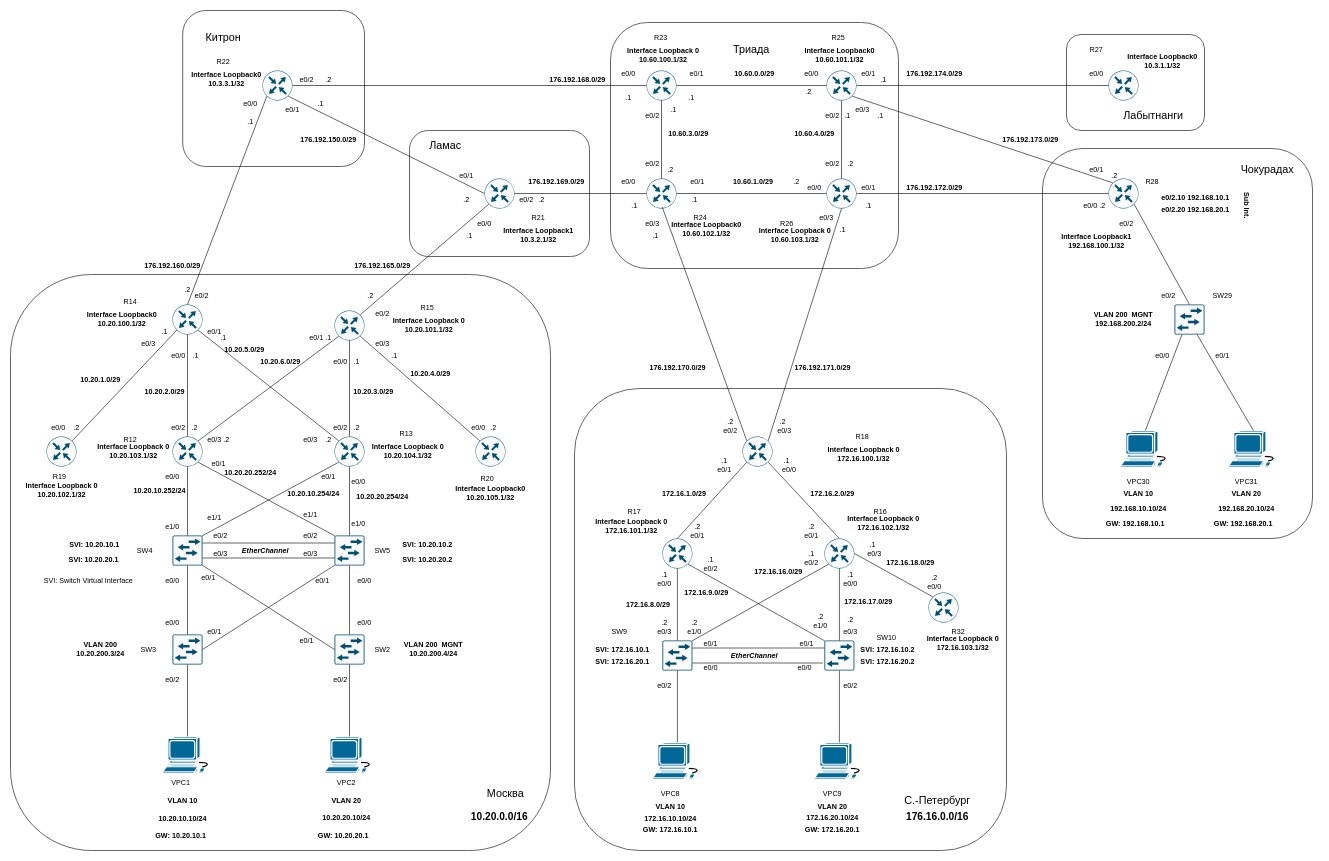
Above: page "Basic IP plan" (1 of 4) of Lab04.drawio in fueller-max/drawio (draw.io), before the change. Source tidied: cells renumbered, new cells numbered last; positions are measured from the earlier drawing's top-left corner, leaving out a move shared by most shapes. Both pictures are drawn from the tidied source at 60%, with x=0, y=0 at pixel (10, 10).
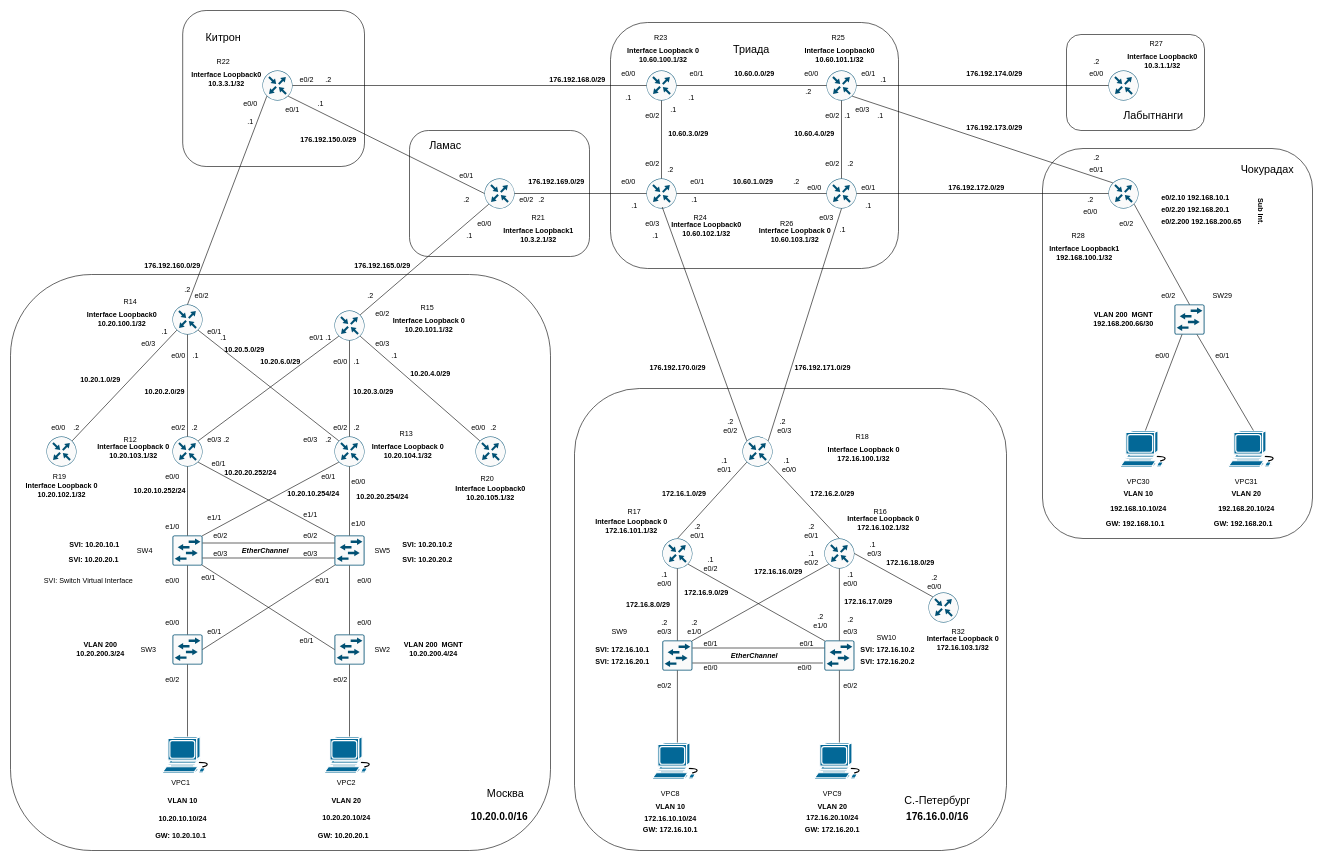
The same page after the edit.

Change to the diagram source:
```diff
@@
     <mxCell id="104" value="R27" style="text;html=1;align=center;verticalAlign=middle;whiteSpace=wrap;rounded=0;" parent="1" vertex="1">
-      <mxGeometry x="1780" y="50" width="60" height="30" as="geometry" />
+      <mxGeometry x="1880" y="40" width="60" height="30" as="geometry" />
     </mxCell>
     <mxCell id="105" value="R28" style="text;html=1;align=center;verticalAlign=middle;whiteSpace=wrap;rounded=0;" parent="1" vertex="1">
-      <mxGeometry x="1873" y="270" width="60" height="30" as="geometry" />
+      <mxGeometry x="1750" y="360" width="60" height="30" as="geometry" />
     </mxCell>
@@
     <mxCell id="147" value="e0/0" style="text;html=1;align=center;verticalAlign=middle;whiteSpace=wrap;rounded=0;" parent="1" vertex="1">
-      <mxGeometry x="1770" y="310" width="60" height="30" as="geometry" />
+      <mxGeometry x="1770" y="320" width="60" height="30" as="geometry" />
     </mxCell>
@@
     <mxCell id="225" value="176.192.172.0/29" style="text;html=1;align=center;verticalAlign=middle;whiteSpace=wrap;rounded=0;rotation=0;fontStyle=1;" parent="1" vertex="1">
-      <mxGeometry x="1510" y="280" width="60" height="30" as="geometry" />
+      <mxGeometry x="1580" y="280" width="60" height="30" as="geometry" />
     </mxCell>
     <mxCell id="226" value="176.192.173.0/29" style="text;html=1;align=center;verticalAlign=middle;whiteSpace=wrap;rounded=0;rotation=0;fontStyle=1;" parent="1" vertex="1">
-      <mxGeometry x="1670" y="200" width="60" height="30" as="geometry" />
+      <mxGeometry x="1610" y="180" width="60" height="30" as="geometry" />
     </mxCell>
@@
     <mxCell id="235" value="176.192.174.0/29" style="text;html=1;align=center;verticalAlign=middle;whiteSpace=wrap;rounded=0;rotation=0;fontStyle=1;" parent="1" vertex="1">
-      <mxGeometry x="1510" y="90" width="60" height="30" as="geometry" />
+      <mxGeometry x="1610" y="90" width="60" height="30" as="geometry" />
     </mxCell>
@@
-    <mxCell id="250" value="VLAN 200&amp;nbsp; MGNT&lt;div&gt;192.168.200.2/24&lt;/div&gt;" style="text;html=1;align=center;verticalAlign=middle;whiteSpace=wrap;rounded=0;fontStyle=1;" parent="1" vertex="1">
+    <mxCell id="250" value="VLAN 200&amp;nbsp; MGNT&lt;div&gt;192.168.200.66/30&lt;/div&gt;" style="text;html=1;align=center;verticalAlign=middle;whiteSpace=wrap;rounded=0;fontStyle=1;" parent="1" vertex="1">
       <mxGeometry x="1800" y="500" width="110" height="30" as="geometry" />
     </mxCell>
@@
     <mxCell id="264" value="Interface Loopback1&lt;div&gt;192.168.100.1/32&lt;/div&gt;" style="text;html=1;align=center;verticalAlign=middle;whiteSpace=wrap;rounded=0;fontStyle=1;" parent="1" vertex="1">
-      <mxGeometry x="1750" y="370" width="120" height="30" as="geometry" />
+      <mxGeometry x="1730" y="390" width="120" height="30" as="geometry" />
     </mxCell>
@@
     <mxCell id="280" value="Sub Int." style="text;html=1;align=center;verticalAlign=middle;whiteSpace=wrap;rounded=0;rotation=90;fontStyle=1;" parent="1" vertex="1">
-      <mxGeometry x="2030" y="310" width="60" height="30" as="geometry" />
+      <mxGeometry x="2053" y="320" width="60" height="30" as="geometry" />
     </mxCell>
@@
     <mxCell id="298" value=".2" style="text;html=1;align=center;verticalAlign=middle;whiteSpace=wrap;rounded=0;" parent="1" vertex="1">
-      <mxGeometry x="1810" y="260" width="60" height="30" as="geometry" />
+      <mxGeometry x="1780" y="230" width="60" height="30" as="geometry" />
     </mxCell>
     <mxCell id="299" value=".2" style="text;html=1;align=center;verticalAlign=middle;whiteSpace=wrap;rounded=0;" parent="1" vertex="1">
-      <mxGeometry x="1790" y="310" width="60" height="30" as="geometry" />
+      <mxGeometry x="1770" y="300" width="60" height="30" as="geometry" />
     </mxCell>
@@
+    <mxCell id="350" value=".2" style="text;html=1;align=center;verticalAlign=middle;whiteSpace=wrap;rounded=0;" parent="1" vertex="1">
+      <mxGeometry x="1780" y="70" width="60" height="30" as="geometry" />
+    </mxCell>
+    <mxCell id="351" value="&lt;br&gt;&lt;div&gt;e0/2.200 192.168.200.65&lt;/div&gt;" style="text;html=1;align=center;verticalAlign=middle;whiteSpace=wrap;rounded=0;fontStyle=1;" parent="1" vertex="1">
+      <mxGeometry x="1910" y="330" width="150" height="30" as="geometry" />
+    </mxCell>
```
